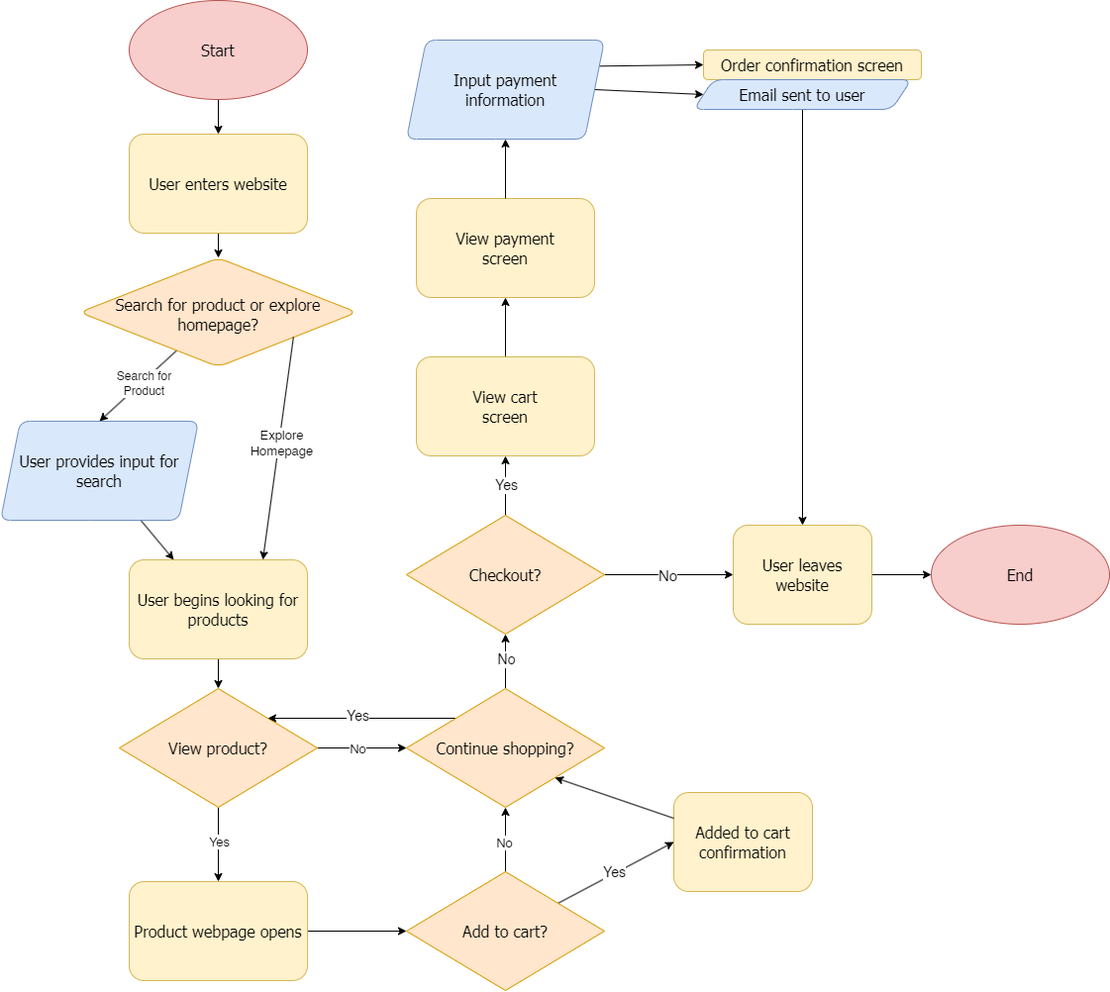
Before: explore/diagramming/diagram.drawio.png, a diagram exported from draw.io (trishangvyen/sp25-cse110-lab4). Source tidied: cells renumbered, new cells last; positions are measured from the earlier drawing's top-left corner, leaving out a move shared by most shapes.
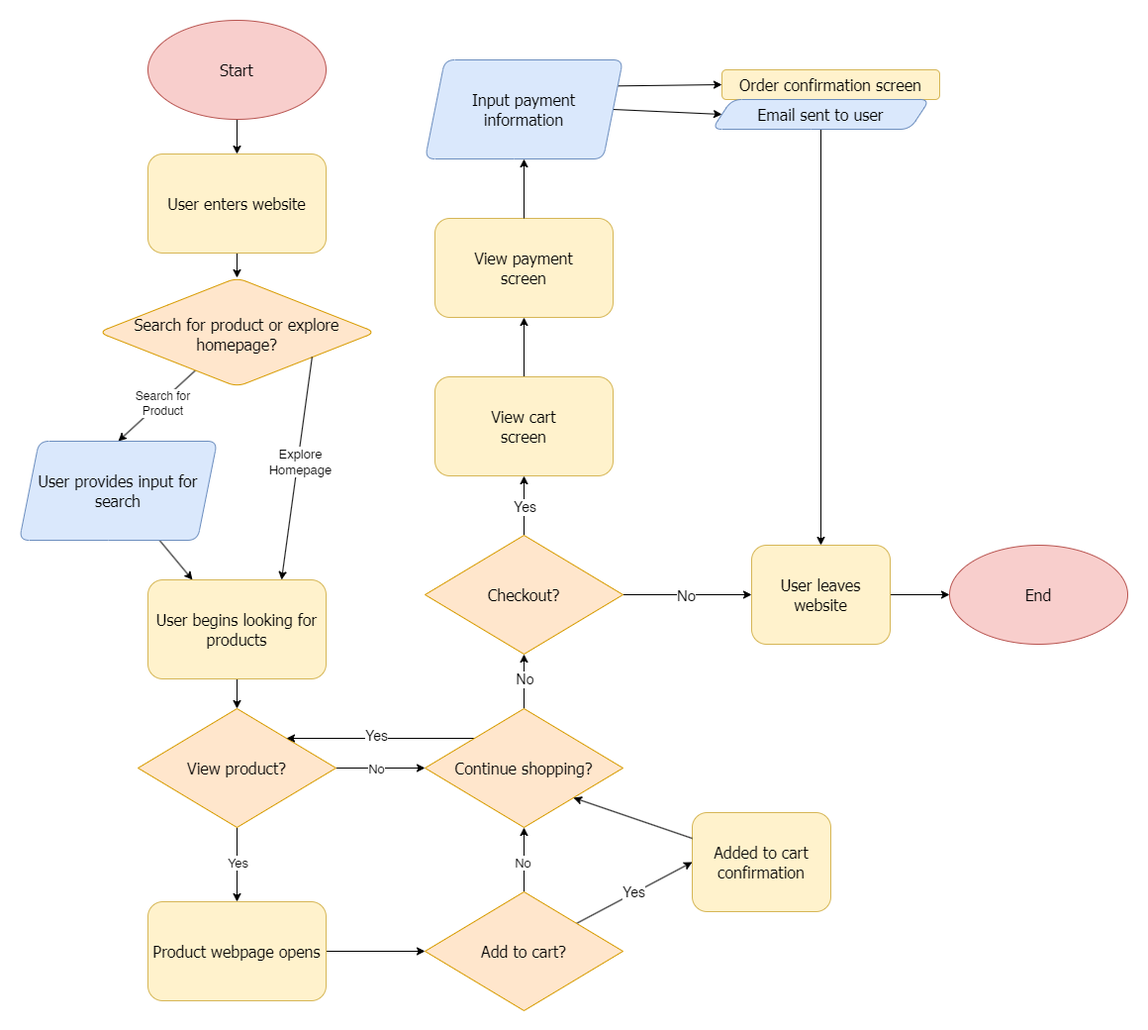
Above is the later version.

Commit message:
Fixed diagram background again

What changed in the source:
```diff
@@ -2,6 +2,9 @@
   <root>
     <mxCell id="0" />
     <mxCell id="1" parent="0" />
+    <mxCell id="53" style="rounded=0;whiteSpace=wrap;html=1;strokeColor=none;" parent="1" vertex="1">
+      <mxGeometry x="-20" y="-20" width="1160" height="1040" as="geometry" />
+    </mxCell>
     <mxCell id="2" style="edgeStyle=none;html=1;entryX=0.5;entryY=0;entryDx=0;entryDy=0;" parent="1" edge="1" source="3" target="6">
       <mxGeometry relative="1" as="geometry" />
     </mxCell>
```
